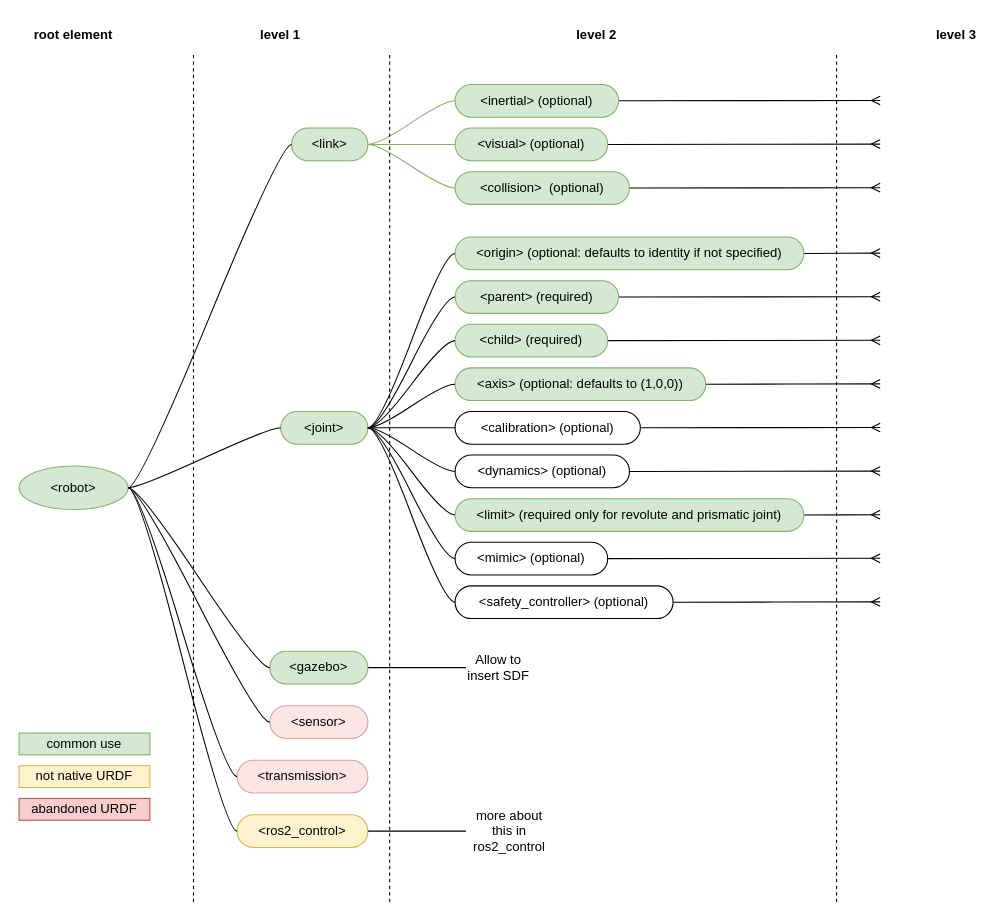
Above: src/resources/ros-description.drawio in harleylara/robotics (draw.io), before the change. Source tidied: cells renumbered, new cells numbered last; positions are measured from the earlier drawing's top-left corner, leaving out a move shared by most shapes. Both pictures are drawn from the tidied source at 109%, with x=0, y=0 at pixel (19, 19).
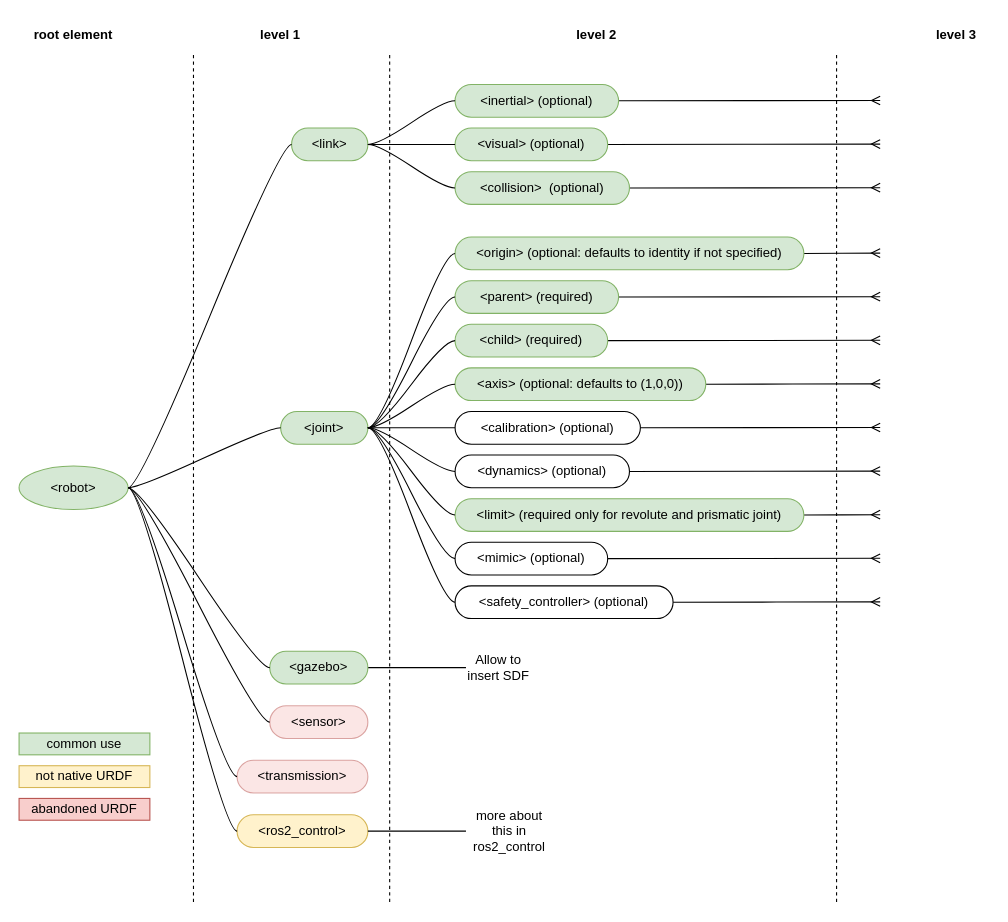
The same diagram, later.

Commit message:
change color of some connections

Unchanged cells that the change refers to:
```xml
<mxCell id="2" value="&amp;lt;link&amp;gt;" style="whiteSpace=wrap;html=1;shape=label;top=0;left=0;bottom=1;right=0;fillColor=#d5e8d4;align=center;verticalAlign=middle;routingCenterY=0.5;snapToPoint=1;newEdgeStyle={&quot;edgeStyle&quot;:&quot;entityRelationEdgeStyle&quot;,&quot;startArrow&quot;:&quot;none&quot;,&quot;endArrow&quot;:&quot;none&quot;,&quot;segment&quot;:10,&quot;curved&quot;:1,&quot;sourcePerimeterSpacing&quot;:0,&quot;targetPerimeterSpacing&quot;:0};rounded=1;arcSize=50;strokeWidth=1;spacing=4;strokeColor=#82b366;" parent="1" vertex="1">
  <mxGeometry x="250" y="100" width="70" height="30" as="geometry" />
</mxCell>
<mxCell id="17" value="&amp;lt;inertial&amp;gt;&amp;nbsp;(optional)" style="whiteSpace=wrap;html=1;rounded=1;arcSize=50;align=center;verticalAlign=middle;strokeWidth=1;spacing=4;newEdgeStyle={&quot;edgeStyle&quot;:&quot;entityRelationEdgeStyle&quot;,&quot;startArrow&quot;:&quot;none&quot;,&quot;endArrow&quot;:&quot;none&quot;,&quot;segment&quot;:10,&quot;curved&quot;:1,&quot;sourcePerimeterSpacing&quot;:0,&quot;targetPerimeterSpacing&quot;:0};fillColor=#d5e8d4;strokeColor=#82b366;" parent="1" vertex="1">
  <mxGeometry x="400" y="60" width="150" height="30" as="geometry" />
</mxCell>
<mxCell id="20" value="&amp;lt;visual&amp;gt;&amp;nbsp;(optional)" style="whiteSpace=wrap;html=1;rounded=1;arcSize=50;align=center;verticalAlign=middle;strokeWidth=1;spacing=4;newEdgeStyle={&quot;edgeStyle&quot;:&quot;entityRelationEdgeStyle&quot;,&quot;startArrow&quot;:&quot;none&quot;,&quot;endArrow&quot;:&quot;none&quot;,&quot;segment&quot;:10,&quot;curved&quot;:1,&quot;sourcePerimeterSpacing&quot;:0,&quot;targetPerimeterSpacing&quot;:0};fillColor=#d5e8d4;strokeColor=#82b366;" parent="1" vertex="1">
  <mxGeometry x="400" y="100" width="140" height="30" as="geometry" />
</mxCell>
<mxCell id="23" value="&amp;lt;collision&amp;gt;&amp;nbsp; (optional)" style="whiteSpace=wrap;html=1;rounded=1;arcSize=50;align=center;verticalAlign=middle;strokeWidth=1;spacing=4;newEdgeStyle={&quot;edgeStyle&quot;:&quot;entityRelationEdgeStyle&quot;,&quot;startArrow&quot;:&quot;none&quot;,&quot;endArrow&quot;:&quot;none&quot;,&quot;segment&quot;:10,&quot;curved&quot;:1,&quot;sourcePerimeterSpacing&quot;:0,&quot;targetPerimeterSpacing&quot;:0};fillColor=#d5e8d4;strokeColor=#82b366;" parent="1" vertex="1">
  <mxGeometry x="400" y="140" width="160" height="30" as="geometry" />
</mxCell>
```

What changed in the source:
```diff
@@
-    <mxCell id="18" style="edgeStyle=entityRelationEdgeStyle;startArrow=none;endArrow=none;segment=10;curved=1;sourcePerimeterSpacing=0;targetPerimeterSpacing=0;rounded=0;exitX=1;exitY=0.5;exitDx=0;exitDy=0;fillColor=#d5e8d4;strokeColor=#82b366;" parent="1" edge="1" source="2" target="17">
+    <mxCell id="18" style="edgeStyle=entityRelationEdgeStyle;startArrow=none;endArrow=none;segment=10;curved=1;sourcePerimeterSpacing=0;targetPerimeterSpacing=0;rounded=0;exitX=1;exitY=0.5;exitDx=0;exitDy=0;" parent="1" edge="1" source="2" target="17">
       <mxGeometry relative="1" as="geometry" />
     </mxCell>
@@
-    <mxCell id="21" style="edgeStyle=entityRelationEdgeStyle;startArrow=none;endArrow=none;segment=10;curved=1;sourcePerimeterSpacing=0;targetPerimeterSpacing=0;rounded=0;exitX=1;exitY=0.5;exitDx=0;exitDy=0;fillColor=#d5e8d4;strokeColor=#82b366;" parent="1" edge="1" source="2" target="20">
+    <mxCell id="21" style="edgeStyle=entityRelationEdgeStyle;startArrow=none;endArrow=none;segment=10;curved=1;sourcePerimeterSpacing=0;targetPerimeterSpacing=0;rounded=0;exitX=1;exitY=0.5;exitDx=0;exitDy=0;" parent="1" edge="1" source="2" target="20">
       <mxGeometry relative="1" as="geometry" />
     </mxCell>
@@
-    <mxCell id="24" style="edgeStyle=entityRelationEdgeStyle;startArrow=none;endArrow=none;segment=10;curved=1;sourcePerimeterSpacing=0;targetPerimeterSpacing=0;rounded=0;exitX=1;exitY=0.5;exitDx=0;exitDy=0;fillColor=#d5e8d4;strokeColor=#82b366;" parent="1" edge="1" source="2" target="23">
+    <mxCell id="24" style="edgeStyle=entityRelationEdgeStyle;startArrow=none;endArrow=none;segment=10;curved=1;sourcePerimeterSpacing=0;targetPerimeterSpacing=0;rounded=0;exitX=1;exitY=0.5;exitDx=0;exitDy=0;" parent="1" edge="1" source="2" target="23">
       <mxGeometry relative="1" as="geometry" />
     </mxCell>
```
